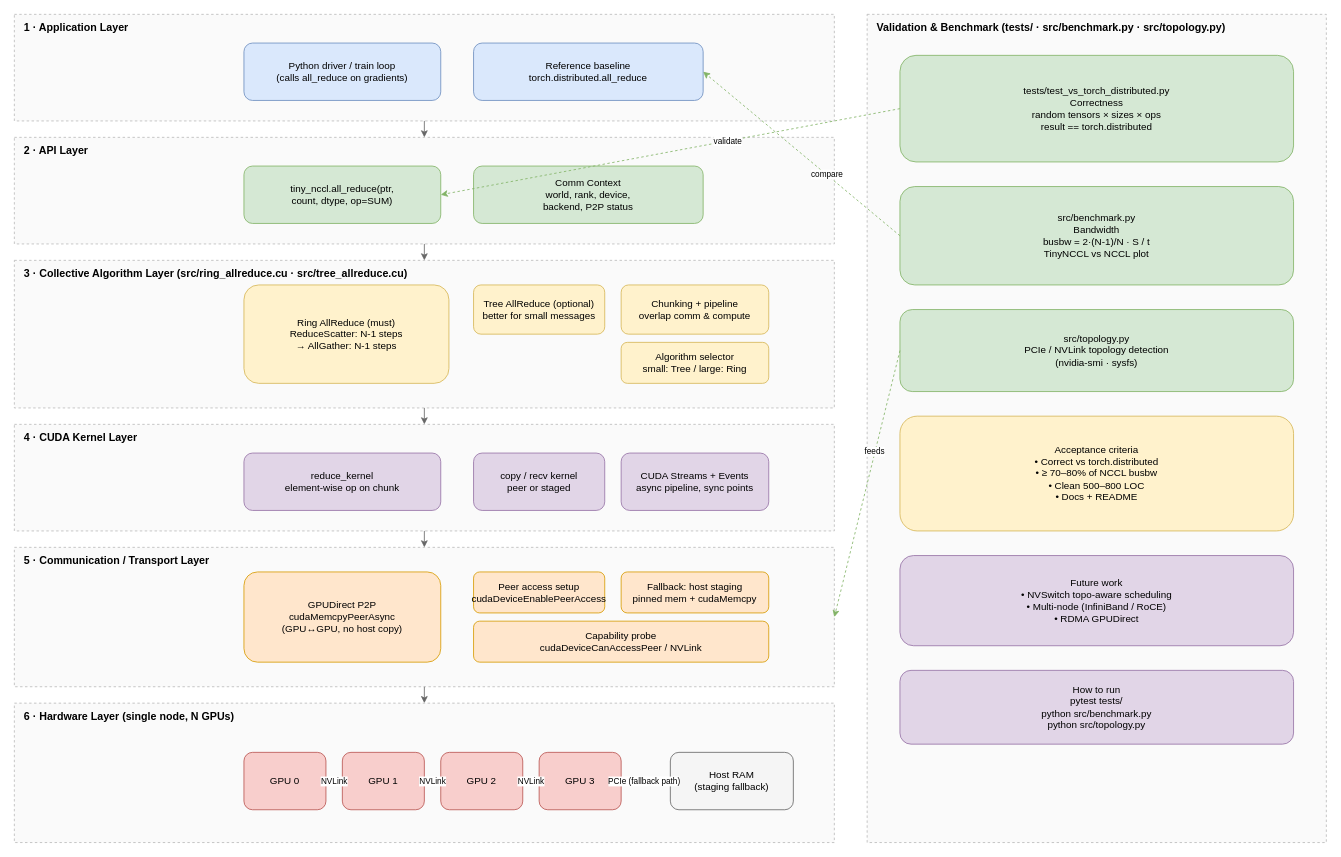
Above: system-design/high-level-design.drawio in BV003/TinyNCCL (draw.io), before the change. Source tidied: cells renumbered, new cells numbered last; positions are measured from the earlier drawing's top-left corner, leaving out a move shared by most shapes. Both pictures are drawn from the tidied source at 82%, with x=0, y=0 at pixel (14, 14).
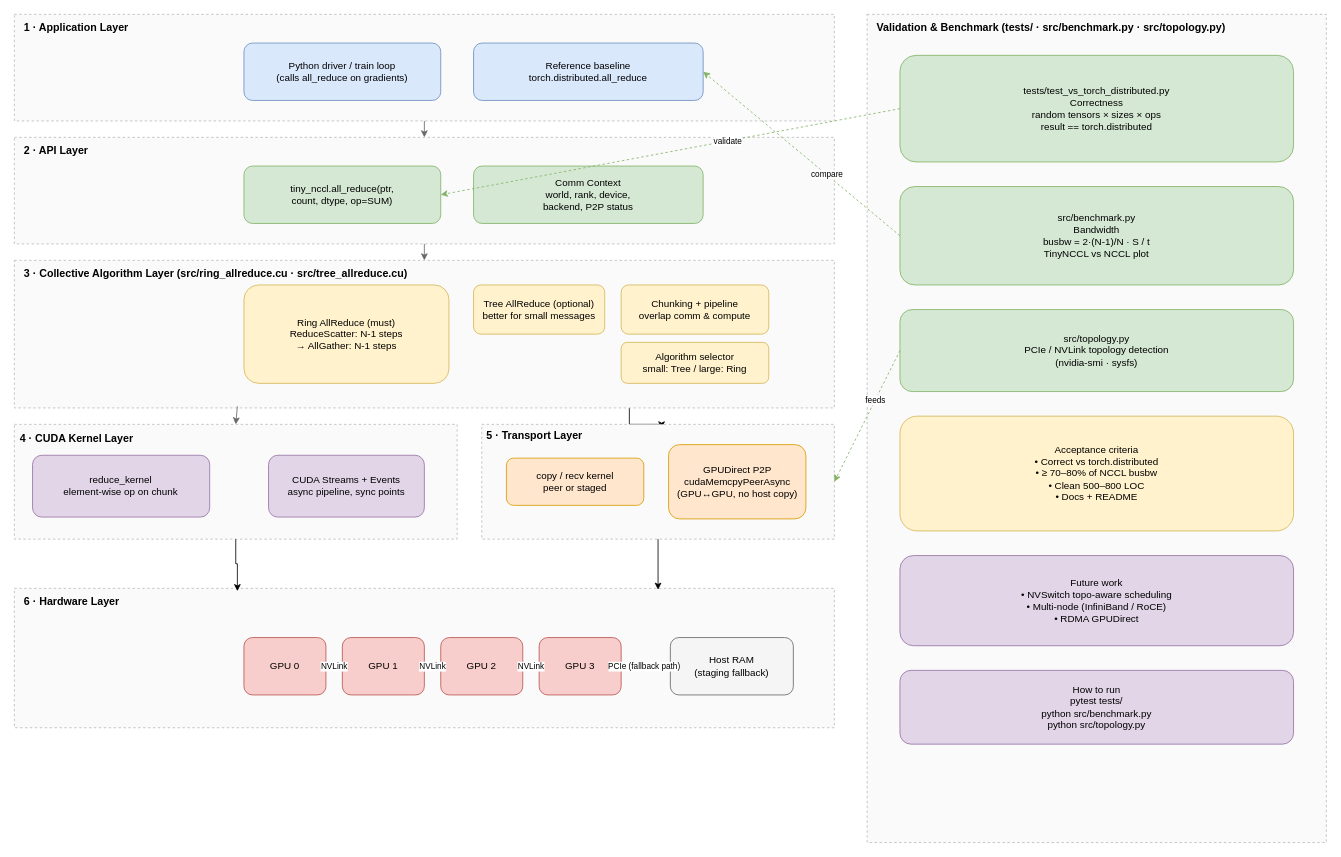
The same diagram, later.

The change refers to these unchanged cells:
```xml
<mxCell id="10" style="rounded=0;whiteSpace=wrap;html=1;verticalAlign=top;fillColor=#fafafa;strokeColor=#bbbbbb;dashed=1;" parent="1" vertex="1">
  <mxGeometry y="300" width="1000" height="180" as="geometry" />
</mxCell>
```

Change to the diagram source:
```diff
@@
+    <mxCell id="61" style="edgeStyle=orthogonalEdgeStyle;rounded=0;jettySize=auto;html=1;exitX=0.75;exitY=1;exitDx=0;exitDy=0;entryX=1;entryY=0;entryDx=0;entryDy=0;" parent="1" edge="1" source="10" target="22">
+      <mxGeometry relative="1" as="geometry" />
+    </mxCell>
@@
     <mxCell id="16" style="rounded=0;whiteSpace=wrap;html=1;verticalAlign=top;fillColor=#fafafa;strokeColor=#bbbbbb;dashed=1;" parent="1" vertex="1">
-      <mxGeometry y="500" width="1000" height="130" as="geometry" />
+      <mxGeometry y="500" width="540" height="140" as="geometry" />
     </mxCell>
     <mxCell id="17" value="4 · CUDA Kernel Layer" style="text;html=1;whiteSpace=wrap;align=left;verticalAlign=middle;fontStyle=1;fontSize=13;strokeColor=none;fillColor=none;" parent="16" vertex="1">
-      <mxGeometry x="10" y="6" width="400" height="20" as="geometry" />
+      <mxGeometry x="5.4" y="6.5" width="216" height="21.5" as="geometry" />
     </mxCell>
     <mxCell id="18" value="reduce_kernel&lt;br&gt;element-wise op on chunk" style="rounded=1;whiteSpace=wrap;html=1;fillColor=#e1d5e7;strokeColor=#9673a6;verticalAlign=middle;align=center;fontSize=12;" parent="16" vertex="1">
-      <mxGeometry x="280" y="35" width="240" height="70" as="geometry" />
+      <mxGeometry x="22.2" y="37.7" width="216" height="75.4" as="geometry" />
     </mxCell>
-    <mxCell id="19" value="copy / recv kernel&lt;br&gt;peer or staged" style="rounded=1;whiteSpace=wrap;html=1;fillColor=#e1d5e7;strokeColor=#9673a6;verticalAlign=middle;align=center;fontSize=12;" parent="16" vertex="1">
-      <mxGeometry x="560" y="35" width="160" height="70" as="geometry" />
-    </mxCell>
     <mxCell id="20" value="CUDA Streams + Events&lt;br&gt;async pipeline, sync points" style="rounded=1;whiteSpace=wrap;html=1;fillColor=#e1d5e7;strokeColor=#9673a6;verticalAlign=middle;align=center;fontSize=12;" parent="16" vertex="1">
-      <mxGeometry x="740" y="35" width="180" height="70" as="geometry" />
+      <mxGeometry x="310" y="37.7" width="190" height="75.4" as="geometry" />
     </mxCell>
     <mxCell id="21" style="rounded=0;whiteSpace=wrap;html=1;verticalAlign=top;fillColor=#fafafa;strokeColor=#bbbbbb;dashed=1;" parent="1" vertex="1">
-      <mxGeometry y="650" width="1000" height="170" as="geometry" />
+      <mxGeometry x="570" y="500" width="430" height="140" as="geometry" />
     </mxCell>
-    <mxCell id="22" value="5 · Communication / Transport Layer" style="text;html=1;whiteSpace=wrap;align=left;verticalAlign=middle;fontStyle=1;fontSize=13;strokeColor=none;fillColor=none;" parent="21" vertex="1">
-      <mxGeometry x="10" y="6" width="500" height="20" as="geometry" />
+    <mxCell id="22" value="5 · Transport Layer" style="text;html=1;whiteSpace=wrap;align=left;verticalAlign=middle;fontStyle=1;fontSize=13;strokeColor=none;fillColor=none;" parent="21" vertex="1">
+      <mxGeometry x="4.3" y="4.9" width="215" height="16.5" as="geometry" />
     </mxCell>
     <mxCell id="23" value="GPUDirect P2P&lt;br&gt;cudaMemcpyPeerAsync&lt;br&gt;(GPU↔GPU, no host copy)" style="rounded=1;whiteSpace=wrap;html=1;fillColor=#ffe6cc;strokeColor=#d79b00;verticalAlign=middle;align=center;fontSize=12;" parent="21" vertex="1">
-      <mxGeometry x="280" y="30" width="240" height="110" as="geometry" />
+      <mxGeometry x="227.8" y="24.7" width="167.5" height="90.6" as="geometry" />
     </mxCell>
-    <mxCell id="24" value="Peer access setup&lt;br&gt;cudaDeviceEnablePeerAccess" style="rounded=1;whiteSpace=wrap;html=1;fillColor=#ffe6cc;strokeColor=#d79b00;verticalAlign=middle;align=center;fontSize=12;" parent="21" vertex="1">
-      <mxGeometry x="560" y="30" width="160" height="50" as="geometry" />
-    </mxCell>
-    <mxCell id="25" value="Fallback: host staging&lt;br&gt;pinned mem + cudaMemcpy" style="rounded=1;whiteSpace=wrap;html=1;fillColor=#ffe6cc;strokeColor=#d79b00;verticalAlign=middle;align=center;fontSize=12;" parent="21" vertex="1">
-      <mxGeometry x="740" y="30" width="180" height="50" as="geometry" />
-    </mxCell>
-    <mxCell id="26" value="Capability probe&lt;br&gt;cudaDeviceCanAccessPeer / NVLink" style="rounded=1;whiteSpace=wrap;html=1;fillColor=#ffe6cc;strokeColor=#d79b00;verticalAlign=middle;align=center;fontSize=12;" parent="21" vertex="1">
-      <mxGeometry x="560" y="90" width="360" height="50" as="geometry" />
-    </mxCell>
+    <mxCell id="19" value="copy / recv kernel&lt;br&gt;peer or staged" style="rounded=1;whiteSpace=wrap;html=1;fillColor=#ffe6cc;strokeColor=#d79b00;verticalAlign=middle;align=center;fontSize=12;" parent="21" vertex="1">
+      <mxGeometry x="30.1" y="41.2" width="167.5" height="57.6" as="geometry" />
+    </mxCell>
     <mxCell id="27" style="rounded=0;whiteSpace=wrap;html=1;verticalAlign=top;fillColor=#fafafa;strokeColor=#bbbbbb;dashed=1;" parent="1" vertex="1">
-      <mxGeometry y="840" width="1000" height="170" as="geometry" />
+      <mxGeometry y="700" width="1000" height="170" as="geometry" />
     </mxCell>
-    <mxCell id="28" value="6 · Hardware Layer (single node, N GPUs)" style="text;html=1;whiteSpace=wrap;align=left;verticalAlign=middle;fontStyle=1;fontSize=13;strokeColor=none;fillColor=none;" parent="27" vertex="1">
+    <mxCell id="28" value="6 · Hardware Layer&amp;nbsp;" style="text;html=1;whiteSpace=wrap;align=left;verticalAlign=middle;fontStyle=1;fontSize=13;strokeColor=none;fillColor=none;" parent="27" vertex="1">
       <mxGeometry x="10" y="6" width="500" height="20" as="geometry" />
     </mxCell>
@@
-    <mxCell id="52" style="edgeStyle=orthogonalEdgeStyle;rounded=0;jettySize=auto;html=1;exitX=0.5;exitY=1;exitDx=0;exitDy=0;entryX=0.5;entryY=0;entryDx=0;entryDy=0;strokeColor=#666666;endArrow=classic;" parent="1" edge="1" source="10" target="16">
+    <mxCell id="52" style="rounded=0;jettySize=auto;html=1;exitX=0.272;exitY=0.989;exitDx=0;exitDy=0;entryX=0.5;entryY=0;entryDx=0;entryDy=0;strokeColor=#666666;endArrow=classic;exitPerimeter=0;" parent="1" edge="1" source="10" target="16">
       <mxGeometry relative="1" as="geometry" />
     </mxCell>
-    <mxCell id="53" style="edgeStyle=orthogonalEdgeStyle;rounded=0;jettySize=auto;html=1;exitX=0.5;exitY=1;exitDx=0;exitDy=0;entryX=0.5;entryY=0;entryDx=0;entryDy=0;strokeColor=#666666;endArrow=classic;" parent="1" edge="1" source="16" target="21">
-      <mxGeometry relative="1" as="geometry" />
-    </mxCell>
-    <mxCell id="54" style="edgeStyle=orthogonalEdgeStyle;rounded=0;jettySize=auto;html=1;exitX=0.5;exitY=1;exitDx=0;exitDy=0;entryX=0.5;entryY=0;entryDx=0;entryDy=0;strokeColor=#666666;endArrow=classic;" parent="1" edge="1" source="21" target="27">
-      <mxGeometry relative="1" as="geometry" />
-    </mxCell>
@@
+    <mxCell id="62" style="edgeStyle=orthogonalEdgeStyle;rounded=0;jettySize=auto;html=1;exitX=0.5;exitY=1;exitDx=0;exitDy=0;entryX=0.272;entryY=0.02;entryDx=0;entryDy=0;entryPerimeter=0;" parent="1" edge="1" source="16" target="27">
+      <mxGeometry relative="1" as="geometry" />
+    </mxCell>
+    <mxCell id="54" style="edgeStyle=orthogonalEdgeStyle;rounded=0;jettySize=auto;html=1;exitX=0.5;exitY=1;exitDx=0;exitDy=0;entryX=0.785;entryY=0.01;entryDx=0;entryDy=0;entryPerimeter=0;" parent="1" edge="1" source="21" target="27">
+      <mxGeometry relative="1" as="geometry" />
+    </mxCell>
```
